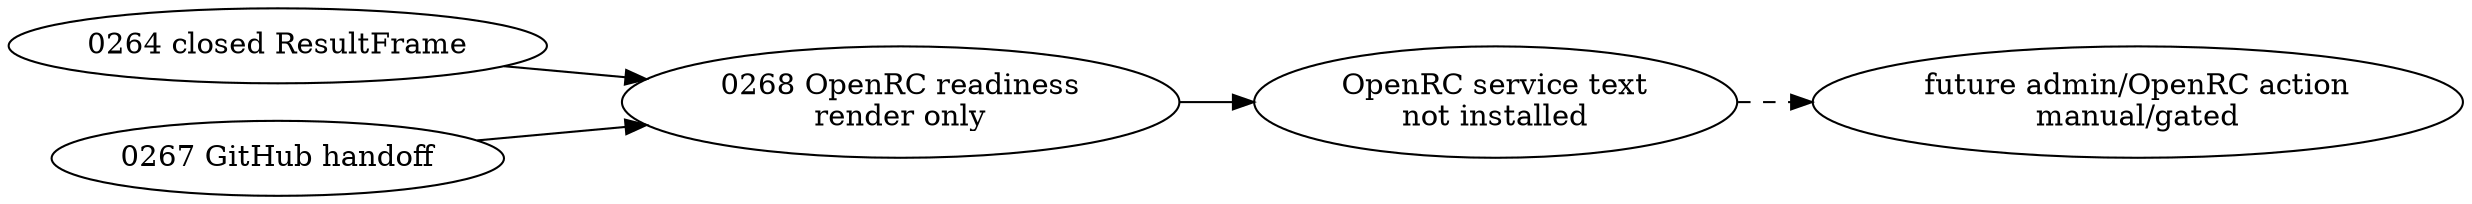
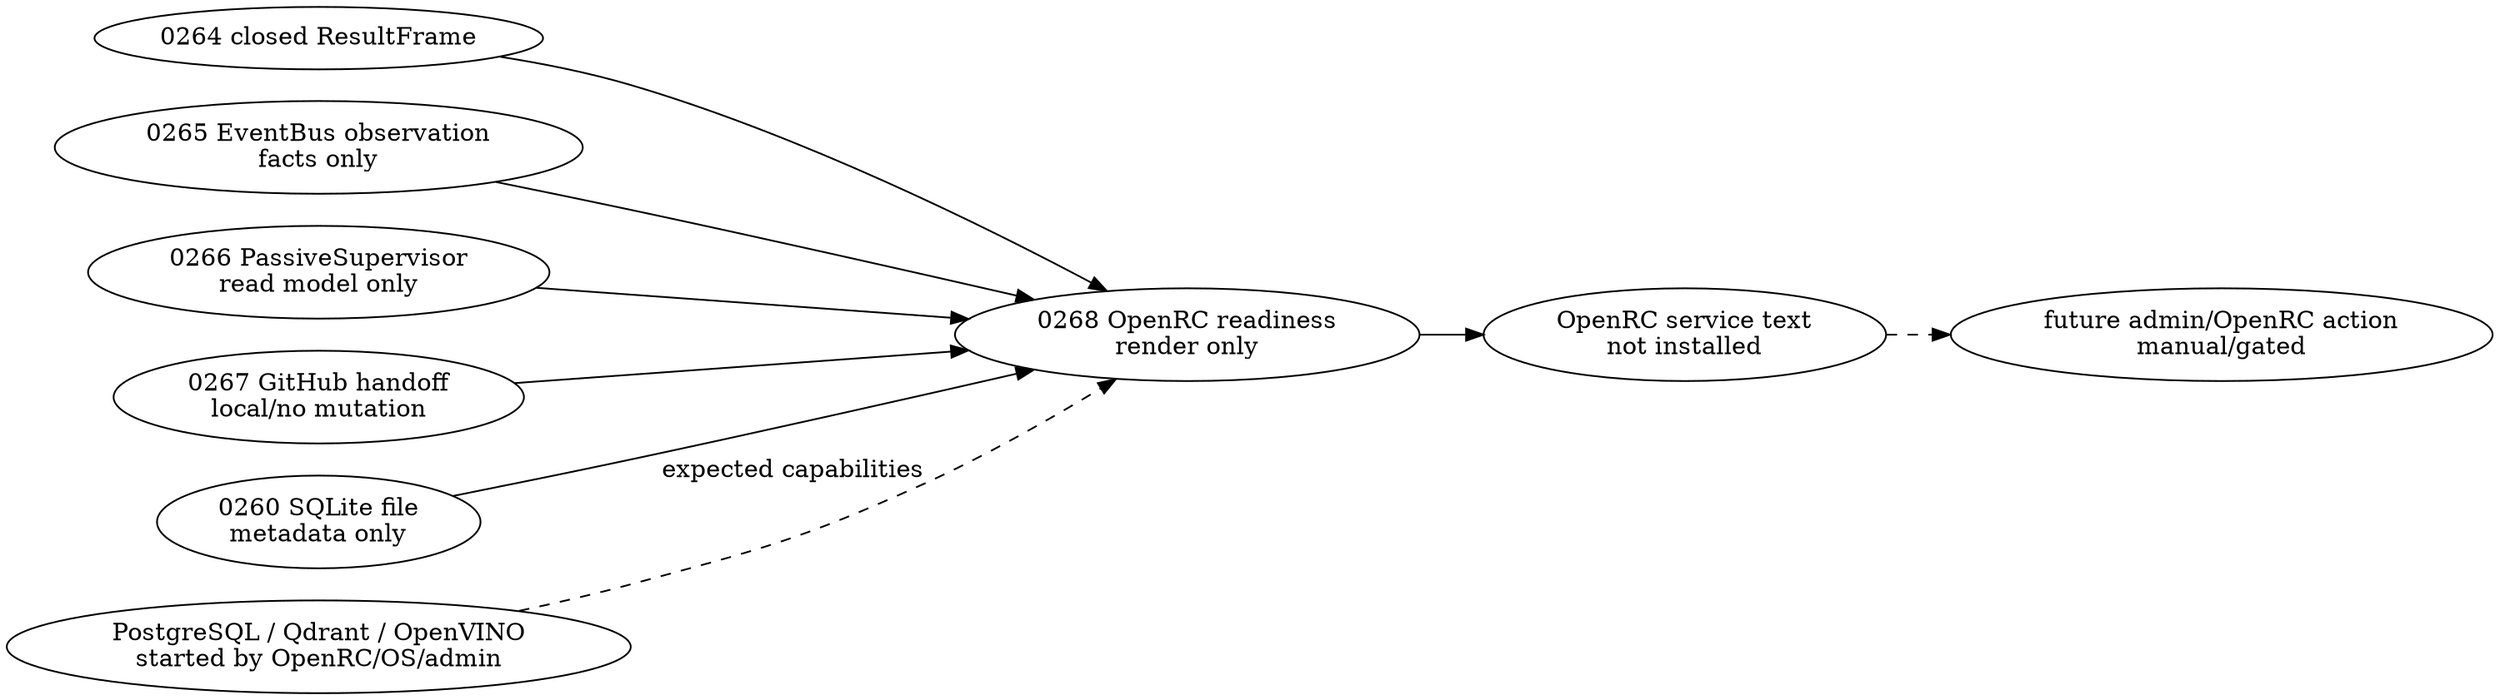
digraph openrc_launcher_minimal_readiness_0268 {
  rankdir=LR;

  frame [label="0264 closed ResultFrame"];
-   handoff [label="0267 GitHub handoff"];
+   eventbus [label="0265 EventBus observation\nfacts only"];
+   passive [label="0266 PassiveSupervisor\nread model only"];
+   handoff [label="0267 GitHub handoff\nlocal/no mutation"];
+   sqlite [label="0260 SQLite file\nmetadata only"];
  readiness [label="0268 OpenRC readiness
render only"];
  script [label="OpenRC service text
not installed"];
+   services [label="PostgreSQL / Qdrant / OpenVINO
+ started by OpenRC/OS/admin"];
  admin [label="future admin/OpenRC action
manual/gated"];

  frame -> readiness;
+   eventbus -> readiness;
+   passive -> readiness;
  handoff -> readiness;
+   sqlite -> readiness;
  readiness -> script;
+   services -> readiness [style=dashed, label="expected capabilities"];
  script -> admin [style=dashed];
}
